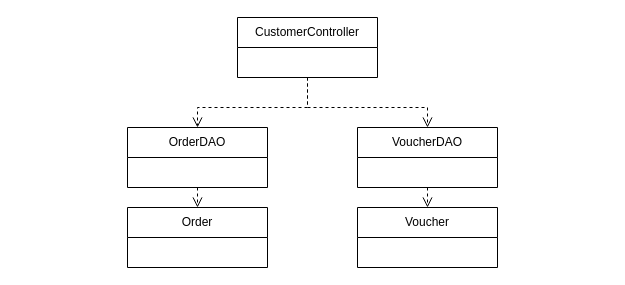
QuocZuong/perfume-store keeps this draw.io diagram as document/SDS/10.Export_Request/Class_Diagram/Export_Receipt_Class_Diagram.drawio. Above is the earlier version. Source tidied: cells renumbered, new cells numbered last; positions are measured from the earlier drawing's top-left corner, leaving out a move shared by most shapes. Both pictures are drawn from the tidied source at 100%, with x=0, y=0 at pixel (127, 17).
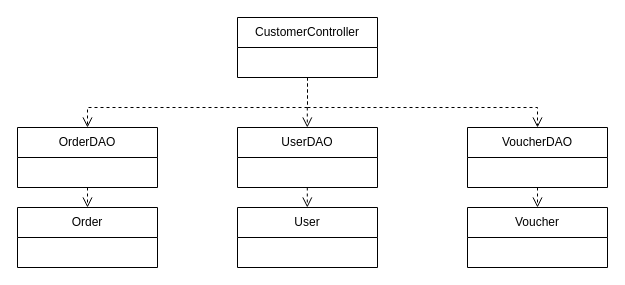
The same page after the edit.

The change refers to these unchanged cells:
```xml
<mxCell id="2" value="CustomerController" style="swimlane;fontStyle=0;horizontal=1;startSize=30;whiteSpace=wrap;html=1;" parent="1" vertex="1">
  <mxGeometry x="110" width="140" height="60" as="geometry" />
</mxCell>
```

What changed in the source:
```diff
@@
     <mxCell id="3" value="OrderDAO" style="swimlane;fontStyle=0;horizontal=1;startSize=30;whiteSpace=wrap;html=1;" parent="1" vertex="1">
-      <mxGeometry y="110" width="140" height="60" as="geometry" />
+      <mxGeometry x="-110" y="110" width="140" height="60" as="geometry" />
     </mxCell>
     <mxCell id="4" value="Order" style="swimlane;fontStyle=0;horizontal=1;startSize=30;whiteSpace=wrap;html=1;" parent="1" vertex="1">
-      <mxGeometry y="190" width="140" height="60" as="geometry" />
+      <mxGeometry x="-110" y="190" width="140" height="60" as="geometry" />
     </mxCell>
@@
     <mxCell id="6" style="html=1;verticalAlign=bottom;endArrow=open;dashed=1;endSize=8;curved=0;rounded=0;entryX=0.5;entryY=0;entryDx=0;entryDy=0;exitX=0.5;exitY=1;exitDx=0;exitDy=0;" parent="1" edge="1" source="2" target="3">
       <mxGeometry relative="1" as="geometry">
         <Array as="points">
           <mxPoint x="180" y="90" />
-          <mxPoint x="70" y="90" />
+          <mxPoint x="-40" y="90" />
         </Array>
       </mxGeometry>
     </mxCell>
     <mxCell id="7" value="VoucherDAO" style="swimlane;fontStyle=0;horizontal=1;startSize=30;whiteSpace=wrap;html=1;" parent="1" vertex="1">
-      <mxGeometry x="230" y="110" width="140" height="60" as="geometry" />
+      <mxGeometry x="340" y="110" width="140" height="60" as="geometry" />
     </mxCell>
     <mxCell id="8" style="html=1;verticalAlign=bottom;endArrow=open;dashed=1;endSize=8;curved=0;rounded=0;entryX=0.5;entryY=0;entryDx=0;entryDy=0;exitX=0.5;exitY=1;exitDx=0;exitDy=0;" parent="1" edge="1" source="2" target="7">
       <mxGeometry relative="1" as="geometry">
         <Array as="points">
           <mxPoint x="180" y="90" />
-          <mxPoint x="300" y="90" />
+          <mxPoint x="410" y="90" />
         </Array>
       </mxGeometry>
     </mxCell>
     <mxCell id="9" value="Voucher" style="swimlane;fontStyle=0;horizontal=1;startSize=30;whiteSpace=wrap;html=1;" parent="1" vertex="1">
-      <mxGeometry x="230" y="190" width="140" height="60" as="geometry" />
+      <mxGeometry x="340" y="190" width="140" height="60" as="geometry" />
     </mxCell>
@@
+    <mxCell id="11" value="UserDAO" style="swimlane;fontStyle=0;horizontal=1;startSize=30;whiteSpace=wrap;html=1;" parent="1" vertex="1">
+      <mxGeometry x="110" y="110" width="140" height="60" as="geometry" />
+    </mxCell>
+    <mxCell id="12" value="User" style="swimlane;fontStyle=0;horizontal=1;startSize=30;whiteSpace=wrap;html=1;" parent="1" vertex="1">
+      <mxGeometry x="110" y="190" width="140" height="60" as="geometry" />
+    </mxCell>
+    <mxCell id="13" style="html=1;verticalAlign=bottom;endArrow=open;dashed=1;endSize=8;curved=0;rounded=0;entryX=0.5;entryY=0;entryDx=0;entryDy=0;exitX=0.5;exitY=1;exitDx=0;exitDy=0;" parent="1" edge="1">
+      <mxGeometry relative="1" as="geometry">
+        <mxPoint x="179.8" y="90" as="sourcePoint" />
+        <mxPoint x="179.8" y="110" as="targetPoint" />
+      </mxGeometry>
+    </mxCell>
+    <mxCell id="14" style="html=1;verticalAlign=bottom;endArrow=open;dashed=1;endSize=8;curved=0;rounded=0;entryX=0.5;entryY=0;entryDx=0;entryDy=0;exitX=0.5;exitY=1;exitDx=0;exitDy=0;" parent="1" edge="1">
+      <mxGeometry relative="1" as="geometry">
+        <mxPoint x="179.8" y="170" as="sourcePoint" />
+        <mxPoint x="179.8" y="190" as="targetPoint" />
+      </mxGeometry>
+    </mxCell>
```
